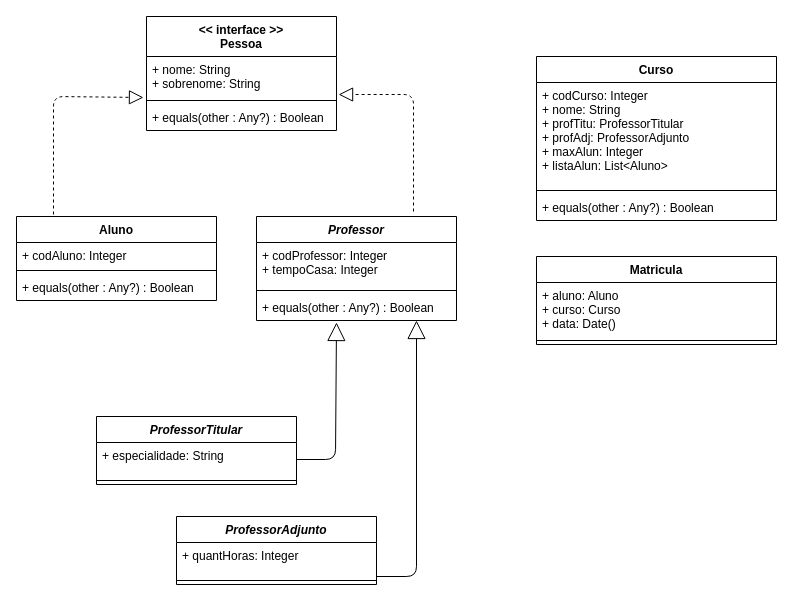
The draw.io diagram Desafio1DigitalHouse.drawio in eneri-jr/Desafio1DigitalHouse, before the edit. Source tidied: cells renumbered, new cells numbered last; positions are measured from the earlier drawing's top-left corner, leaving out a move shared by most shapes. Both pictures are drawn from the tidied source at 100%, with x=0, y=0 at pixel (16, 16).
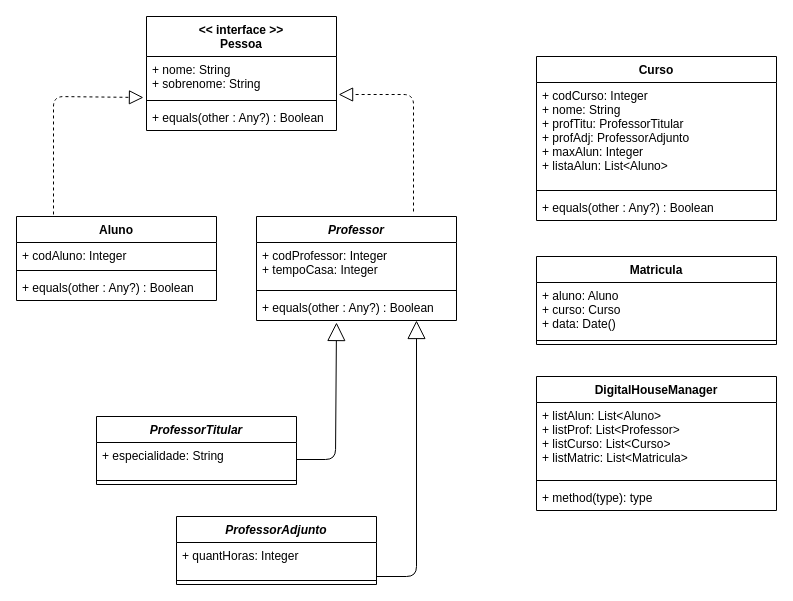
The same diagram, later.

Commit message (it also covers changes not shown here):
Criacao Parte G (Classe DigitalHouseManager)

Change to the diagram source:
```diff
@@
+    <mxCell id="31" value="DigitalHouseManager" style="swimlane;fontStyle=1;align=center;verticalAlign=top;horizontal=1;startSize=26;" parent="1" vertex="1">
+      <mxGeometry x="520" y="360" width="240" height="134" as="geometry" />
+    </mxCell>
+    <mxCell id="32" value="+ listAlun: List&lt;Aluno&gt;&#10;+ listProf: List&lt;Professor&gt;&#10;+ listCurso: List&lt;Curso&gt;&#10;+ listMatric: List&lt;Matricula&gt;" style="text;strokeColor=none;fillColor=none;align=left;verticalAlign=top;spacingLeft=4;spacingRight=4;overflow=hidden;" parent="31" vertex="1">
+      <mxGeometry y="26" width="240" height="74" as="geometry" />
+    </mxCell>
+    <mxCell id="33" style="line;strokeWidth=1;fillColor=none;align=left;verticalAlign=middle;spacingTop=-1;spacingLeft=3;spacingRight=3;labelPosition=right;" parent="31" vertex="1">
+      <mxGeometry y="100" width="240" height="8" as="geometry" />
+    </mxCell>
+    <mxCell id="34" value="+ method(type): type" style="text;strokeColor=none;fillColor=none;align=left;verticalAlign=top;spacingLeft=4;spacingRight=4;overflow=hidden;" parent="31" vertex="1">
+      <mxGeometry y="108" width="240" height="26" as="geometry" />
+    </mxCell>
```
